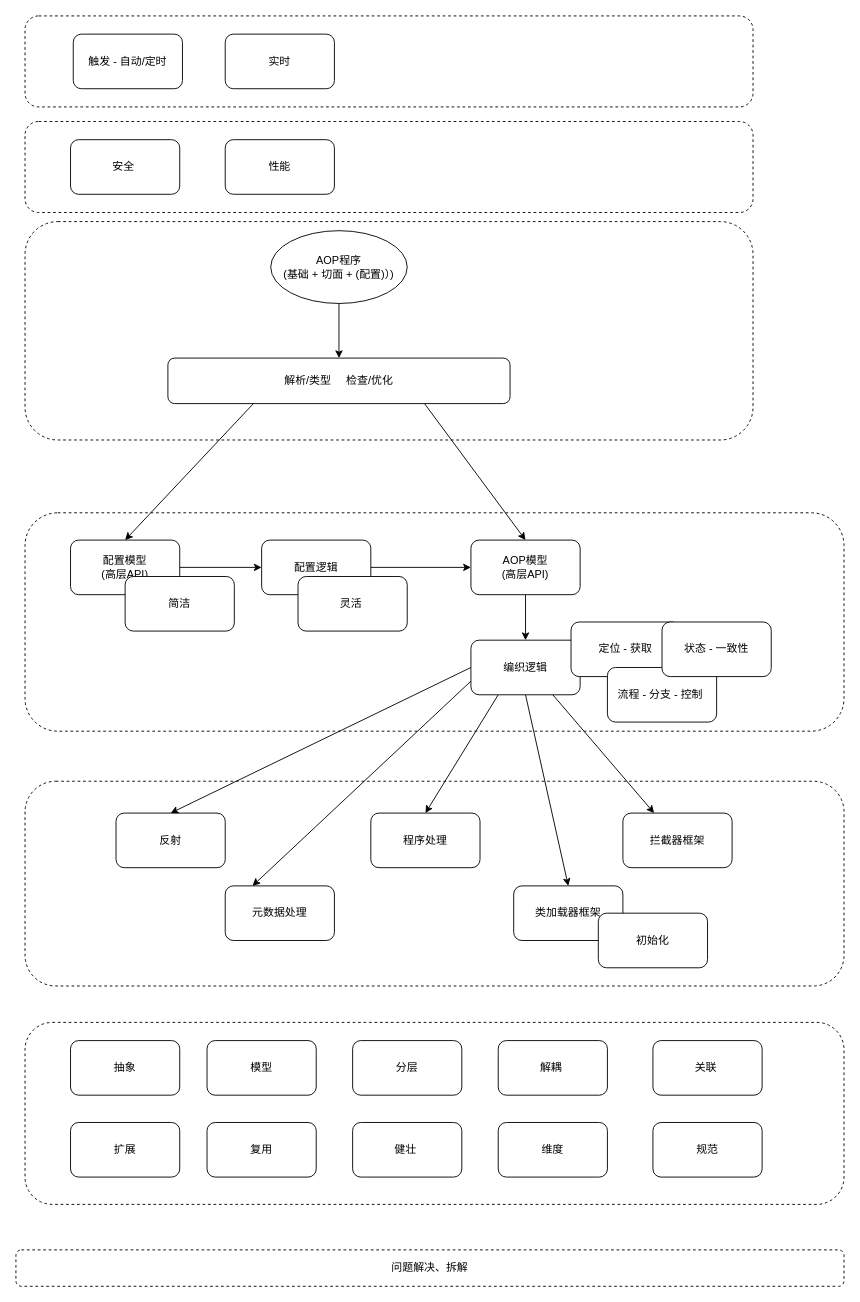
This is menus/zujianmoxing.drawio from Asamiyaa/microservice-k8s-yun, a draw.io file, before an edit. Source tidied: cells renumbered, new cells numbered last; positions are measured from the earlier drawing's top-left corner, leaving out a move shared by most shapes. Both pictures are drawn from the tidied source at 91%, with x=0, y=0 at pixel (15, 15).
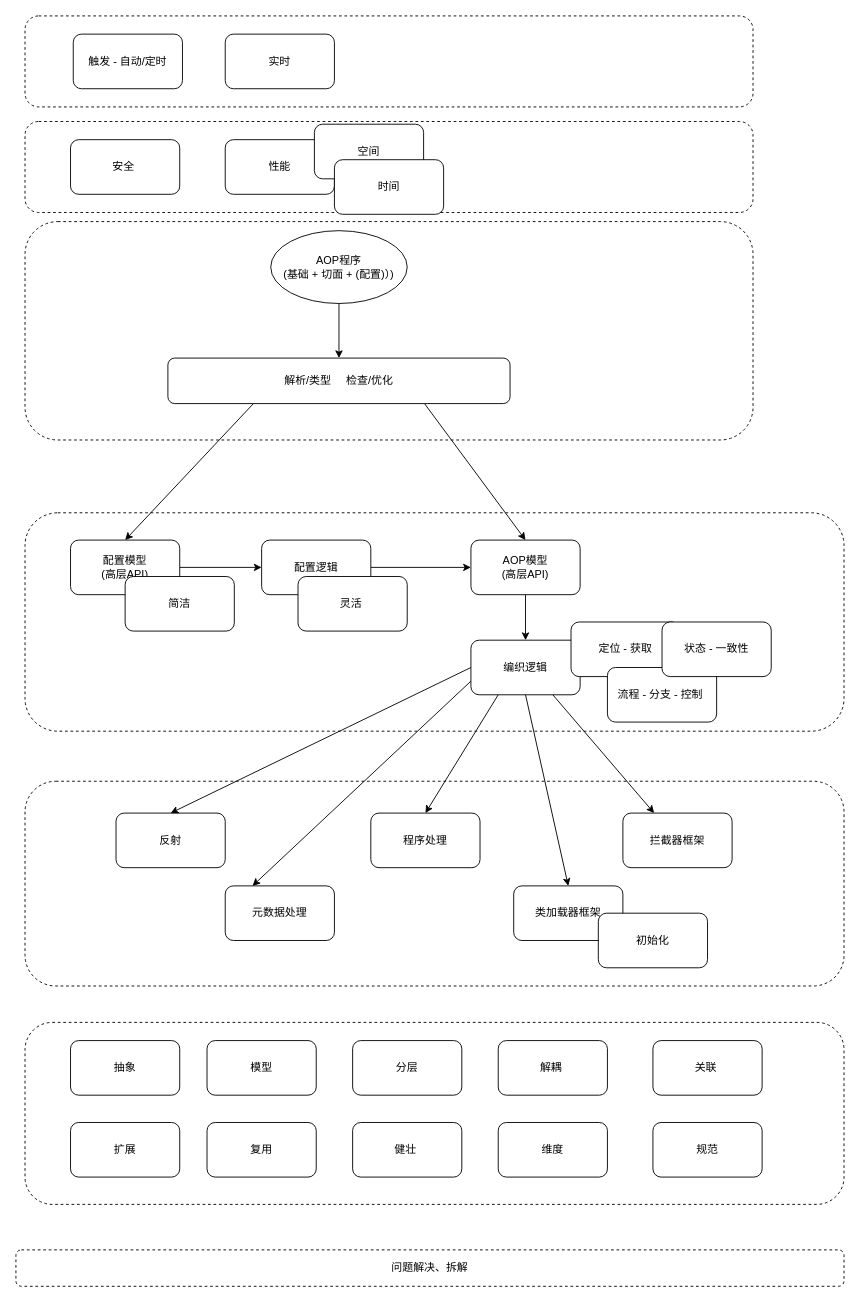
The same diagram, later.

What changed in the source:
```diff
@@
+    <mxCell id="51" value="空间" style="rounded=1;whiteSpace=wrap;html=1;" parent="1" vertex="1">
+      <mxGeometry x="328" y="119" width="120" height="60" as="geometry" />
+    </mxCell>
+    <mxCell id="52" value="时间" style="rounded=1;whiteSpace=wrap;html=1;" parent="1" vertex="1">
+      <mxGeometry x="350" y="158" width="120" height="60" as="geometry" />
+    </mxCell>
```
